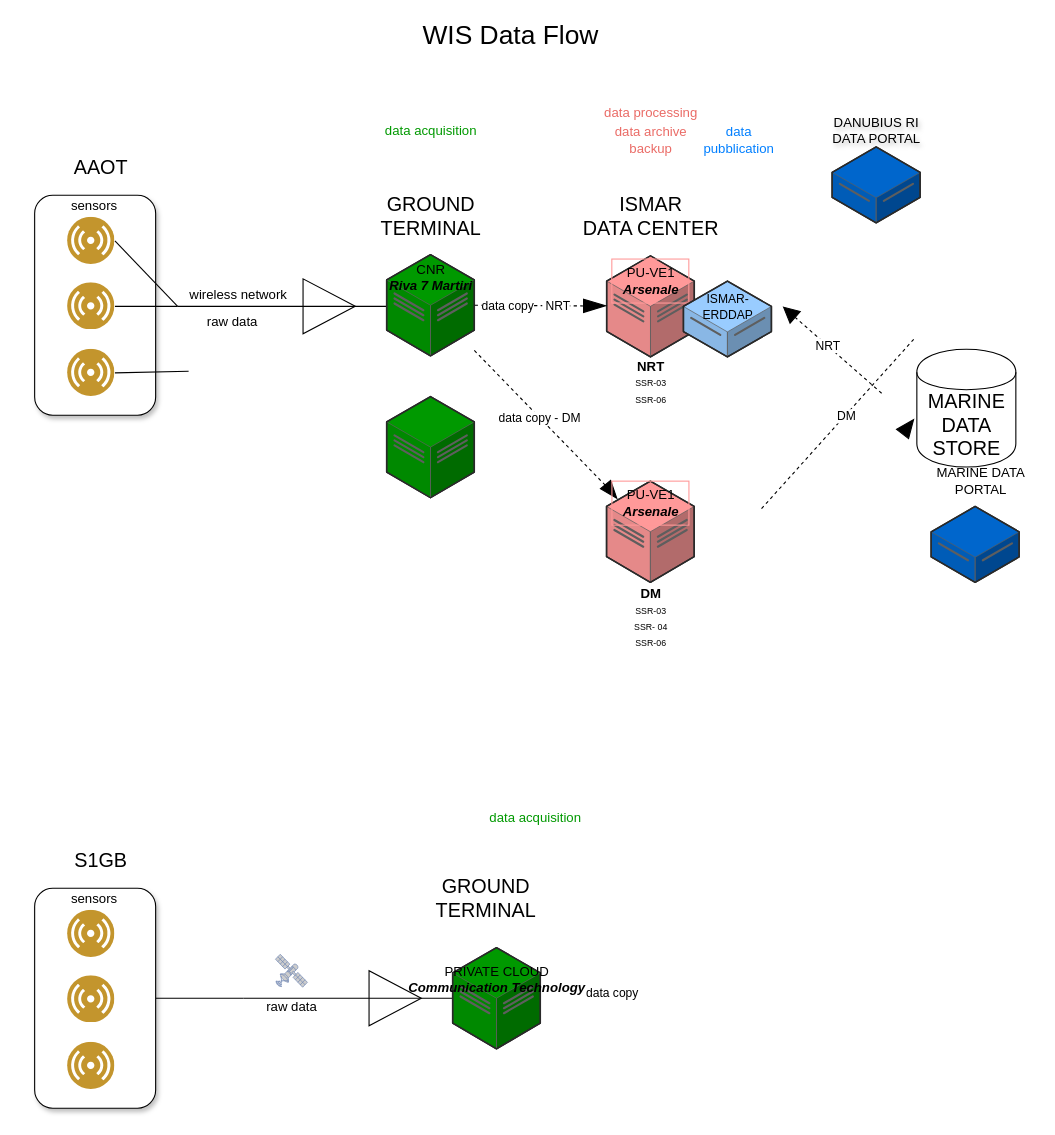
Above: page "Page-1" (1 of 2) of DANUBIUS_2_data_flow chart.drawio in amefad/diagramsnet (draw.io), before the change. Source tidied: cells renumbered, new cells numbered last; positions are measured from the earlier drawing's top-left corner, leaving out a move shared by most shapes. Both pictures are drawn from the tidied source at 110%, with x=0, y=0 at pixel (34, 19).
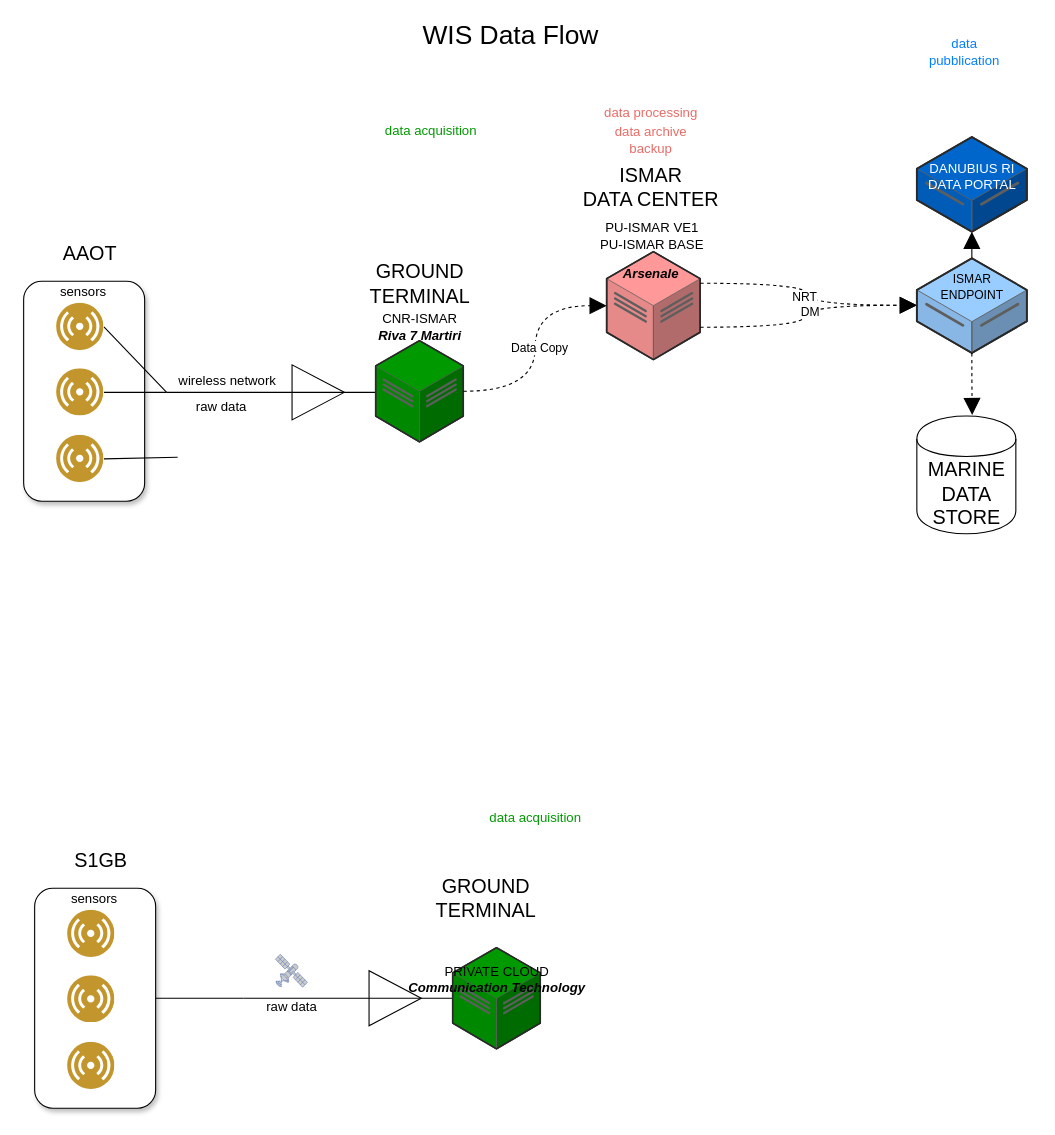
After the change.

What changed in the source:
```diff
@@
     <mxCell id="2" style="rounded=1;whiteSpace=wrap;html=1;fillColor=default;shadow=1;" parent="1" vertex="1">
-      <mxGeometry y="160" width="110" height="200" as="geometry" />
+      <mxGeometry x="-10" y="238.2" width="110" height="200" as="geometry" />
     </mxCell>
@@
     <mxCell id="4" style="image;perimeter=ellipsePerimeter;html=1;align=center;shadow=0;dashed=0;fontColor=#4277BB;labelBackgroundColor=default;fontSize=12;spacingTop=3;image=img/lib/ibm/users/sensor.svg;fillColor=#426EFF;strokeColor=#3333FF;" parent="1" vertex="1">
-      <mxGeometry x="30" y="180" width="43" height="43" as="geometry" />
+      <mxGeometry x="20" y="258.2" width="43" height="43" as="geometry" />
     </mxCell>
     <mxCell id="5" style="verticalLabelPosition=bottom;shadow=0;dashed=0;align=center;html=1;verticalAlign=top;shape=mxgraph.electrical.miscellaneous.cable_termination;" parent="1" vertex="1">
-      <mxGeometry x="130" y="236" width="190" height="50" as="geometry" />
+      <mxGeometry x="120" y="314.2" width="190" height="50" as="geometry" />
     </mxCell>
     <mxCell id="6" value="sensors" style="text;html=1;align=center;verticalAlign=middle;strokeColor=none;fillColor=none;" parent="1" vertex="1">
-      <mxGeometry x="18.5" y="155" width="70" height="30" as="geometry" />
+      <mxGeometry x="8.5" y="233.2" width="70" height="30" as="geometry" />
     </mxCell>
     <mxCell id="7" value="wireless network" style="text;html=1;align=center;verticalAlign=middle;strokeColor=none;fillColor=none;" parent="1" vertex="1">
-      <mxGeometry x="130" y="236" width="110" height="30" as="geometry" />
+      <mxGeometry x="120" y="314.2" width="110" height="30" as="geometry" />
     </mxCell>
     <mxCell id="8" style="verticalLabelPosition=bottom;html=1;verticalAlign=top;strokeWidth=1;align=center;outlineConnect=0;dashed=0;outlineConnect=0;shape=mxgraph.aws3d.dataCenter;strokeColor=#5E5E5E;fillColor=#009900;" parent="1" vertex="1">
-      <mxGeometry x="320" y="214" width="79.7" height="92" as="geometry" />
+      <mxGeometry x="310" y="292.2" width="79.7" height="92" as="geometry" />
     </mxCell>
     <mxCell id="9" style="image;perimeter=ellipsePerimeter;html=1;align=center;shadow=0;dashed=0;fontColor=#4277BB;labelBackgroundColor=default;fontSize=12;spacingTop=3;image=img/lib/ibm/users/sensor.svg;fillColor=#A680B8;" parent="1" vertex="1">
-      <mxGeometry x="30" y="239.5" width="43" height="43" as="geometry" />
+      <mxGeometry x="20" y="317.7" width="43" height="43" as="geometry" />
     </mxCell>
     <mxCell id="10" style="image;perimeter=ellipsePerimeter;html=1;align=center;shadow=0;dashed=0;fontColor=#4277BB;labelBackgroundColor=default;fontSize=12;spacingTop=3;image=img/lib/ibm/users/sensor.svg;fillColor=#A680B8;" parent="1" vertex="1">
-      <mxGeometry x="30" y="300" width="43" height="43" as="geometry" />
+      <mxGeometry x="20" y="378.2" width="43" height="43" as="geometry" />
     </mxCell>
     <mxCell id="11" value="&lt;div&gt;&lt;font style=&quot;font-size: 18px;&quot;&gt;&lt;span style=&quot;background-color: initial;&quot;&gt;AAOT&lt;/span&gt;&lt;/font&gt;&lt;/div&gt;" style="text;html=1;align=center;verticalAlign=middle;strokeColor=none;fillColor=none;fontStyle=0;" parent="1" vertex="1">
-      <mxGeometry x="25" y="115" width="70" height="40" as="geometry" />
+      <mxGeometry x="15" y="193.2" width="70" height="40" as="geometry" />
     </mxCell>
     <mxCell id="12" value="&lt;font style=&quot;font-size: 18px;&quot;&gt;&lt;font style=&quot;&quot;&gt;GROUND&lt;/font&gt;&lt;/font&gt;&lt;div&gt;&lt;font style=&quot;font-size: 18px;&quot;&gt;&lt;span style=&quot;background-color: initial;&quot;&gt;TERMINAL&lt;/span&gt;&lt;/font&gt;&lt;/div&gt;" style="text;html=1;align=center;verticalAlign=middle;strokeColor=none;fillColor=none;" parent="1" vertex="1">
-      <mxGeometry x="304.8" y="150" width="110" height="60" as="geometry" />
+      <mxGeometry x="294.8" y="211.2" width="110" height="60" as="geometry" />
     </mxCell>
@@
     <mxCell id="15" style="endArrow=none;html=1;rounded=0;exitX=1;exitY=0.5;exitDx=0;exitDy=0;" parent="1" edge="1" source="10">
       <mxGeometry relative="1" as="geometry">
-        <mxPoint x="140" y="320" as="targetPoint" />
+        <mxPoint x="130" y="398.2" as="targetPoint" />
       </mxGeometry>
     </mxCell>
-    <mxCell id="16" style="endArrow=none;dashed=1;html=1;rounded=0;" parent="1" edge="1" target="21">
-      <mxGeometry relative="1" as="geometry">
-        <mxPoint x="400" y="260" as="sourcePoint" />
-      </mxGeometry>
-    </mxCell>
-    <mxCell id="17" value="data copy" style="edgeLabel;html=1;align=center;verticalAlign=middle;" parent="16" vertex="1">
-      <mxGeometry relative="1" as="geometry">
-        <mxPoint x="-30" as="offset" />
-      </mxGeometry>
-    </mxCell>
-    <mxCell id="18" value="&amp;nbsp;NRT" style="edgeLabel;html=1;align=center;verticalAlign=middle;" parent="16" vertex="1">
-      <mxGeometry x="0.5" y="1" relative="1" as="geometry">
-        <mxPoint x="-17" y="1" as="offset" />
-      </mxGeometry>
-    </mxCell>
-    <mxCell id="19" value="data copy" style="edgeLabel;html=1;align=center;verticalAlign=middle;" parent="16" vertex="1">
-      <mxGeometry relative="1" as="geometry">
-        <mxPoint x="65" y="624" as="offset" />
-      </mxGeometry>
-    </mxCell>
-    <mxCell id="20" value="CNR&lt;div&gt;&lt;b&gt;&lt;i&gt;Riva 7 Martiri&lt;br&gt;&lt;/i&gt;&lt;/b&gt;&lt;/div&gt;" style="text;html=1;align=center;verticalAlign=middle;strokeColor=none;fillColor=none;" parent="1" vertex="1">
-      <mxGeometry x="309.8" y="215" width="100" height="40" as="geometry" />
+    <mxCell id="20" value="CNR-ISMAR&lt;div&gt;&lt;b&gt;&lt;i&gt;Riva 7 Martiri&lt;br&gt;&lt;/i&gt;&lt;/b&gt;&lt;/div&gt;" style="text;html=1;align=center;verticalAlign=middle;strokeColor=none;fillColor=none;" parent="1" vertex="1">
+      <mxGeometry x="299.8" y="259.7" width="100" height="40" as="geometry" />
     </mxCell>
     <mxCell id="21" style="verticalLabelPosition=bottom;html=1;verticalAlign=top;strokeWidth=1;align=center;outlineConnect=0;dashed=0;outlineConnect=0;shape=mxgraph.aws3d.dataCenter;strokeColor=#5E5E5E;fillColor=#FF9999;" parent="1" vertex="1">
-      <mxGeometry x="520" y="215" width="79.7" height="92" as="geometry" />
+      <mxGeometry x="520" y="211.3" width="85" height="98.1" as="geometry" />
     </mxCell>
     <mxCell id="22" value="&lt;font style=&quot;font-size: 18px;&quot;&gt;&lt;font style=&quot;&quot;&gt;ISMAR&lt;/font&gt;&lt;/font&gt;&lt;div&gt;&lt;font style=&quot;font-size: 18px;&quot;&gt;&lt;span style=&quot;background-color: initial;&quot;&gt;DATA CENTER&lt;/span&gt;&lt;/font&gt;&lt;/div&gt;" style="text;html=1;align=center;verticalAlign=middle;strokeColor=none;fillColor=none;" parent="1" vertex="1">
-      <mxGeometry x="484.8" y="150" width="150" height="60" as="geometry" />
+      <mxGeometry x="484.8" y="123" width="150" height="60" as="geometry" />
     </mxCell>
-    <mxCell id="23" value="PU-VE1&lt;br&gt;&lt;i&gt;&lt;b&gt;Arsenale&lt;/b&gt;&lt;/i&gt;" style="text;html=1;align=center;verticalAlign=middle;strokeColor=#FF9999;fillColor=none;" parent="1" vertex="1">
-      <mxGeometry x="524.7" y="218" width="70" height="40" as="geometry" />
+    <mxCell id="23" value="PU-ISMAR VE1&lt;br&gt;PU-ISMAR BASE" style="text;html=1;align=center;verticalAlign=middle;strokeColor=none;fillColor=none;" parent="1" vertex="1">
+      <mxGeometry x="500.7" y="177" width="120" height="40" as="geometry" />
     </mxCell>
@@
-    <mxCell id="26" style="verticalLabelPosition=bottom;html=1;verticalAlign=top;strokeWidth=1;align=center;outlineConnect=0;dashed=0;outlineConnect=0;shape=mxgraph.aws3d.dataServer;strokeColor=#5E5E5E;fillColor=#99CCFF;" parent="1" vertex="1">
-      <mxGeometry x="589.8" y="238" width="80" height="69" as="geometry" />
-    </mxCell>
-    <mxCell id="27" value="&lt;font style=&quot;font-size: 11px;&quot;&gt;ISMAR-&lt;/font&gt;&lt;div&gt;&lt;font style=&quot;font-size: 11px;&quot;&gt;ERDDAP&lt;/font&gt;&lt;/div&gt;" style="text;html=1;align=center;verticalAlign=middle;strokeColor=none;fillColor=none;" parent="1" vertex="1">
-      <mxGeometry x="594.8" y="241" width="70" height="40" as="geometry" />
-    </mxCell>
-    <mxCell id="28" style="endArrow=block;dashed=1;html=1;rounded=0;endFill=1;endSize=13;" parent="1" edge="1">
-      <mxGeometry relative="1" as="geometry">
-        <mxPoint x="770" y="340" as="sourcePoint" />
-        <mxPoint x="680" y="261" as="targetPoint" />
-      </mxGeometry>
-    </mxCell>
-    <mxCell id="29" value="&lt;font style=&quot;font-size: 11px;&quot;&gt;NRT&lt;/font&gt;" style="edgeLabel;html=1;align=center;verticalAlign=middle;" parent="28" vertex="1">
-      <mxGeometry x="0.14" y="-2" relative="1" as="geometry">
-        <mxPoint y="3" as="offset" />
-      </mxGeometry>
-    </mxCell>
-    <mxCell id="30" style="verticalLabelPosition=bottom;html=1;verticalAlign=top;strokeWidth=1;align=center;outlineConnect=0;dashed=0;outlineConnect=0;shape=mxgraph.aws3d.dataCenter;strokeColor=#5E5E5E;fillColor=#FF9999;" parent="1" vertex="1">
-      <mxGeometry x="519.9" y="419.9" width="79.7" height="92" as="geometry" />
-    </mxCell>
-    <mxCell id="31" style="endArrow=none;dashed=1;html=1;rounded=0;" parent="1" edge="1" source="8" target="30">
-      <mxGeometry relative="1" as="geometry" />
-    </mxCell>
-    <mxCell id="32" value="data copy - DM" style="edgeLabel;html=1;align=center;verticalAlign=middle;" parent="31" vertex="1">
-      <mxGeometry x="-0.01" relative="1" as="geometry" />
-    </mxCell>
-    <mxCell id="33" value="MARINE DATA &lt;br&gt;PORTAL" style="text;html=1;align=center;verticalAlign=middle;strokeColor=none;fillColor=none;" parent="1" vertex="1">
-      <mxGeometry x="810" y="400" width="100" height="40" as="geometry" />
-    </mxCell>
-    <mxCell id="34" style="endArrow=none;dashed=1;html=1;rounded=0;" parent="1" edge="1">
-      <mxGeometry relative="1" as="geometry">
-        <mxPoint x="660.8" y="444.9" as="sourcePoint" />
-        <mxPoint x="800" y="290" as="targetPoint" />
-      </mxGeometry>
-    </mxCell>
+    <mxCell id="65" style="edgeStyle=orthogonalEdgeStyle;rounded=0;jettySize=auto;html=1;dashed=1;strokeColor=default;align=center;verticalAlign=middle;fontFamily=Helvetica;fontSize=11;fontColor=default;labelBackgroundColor=default;endArrow=block;endFill=1;endSize=13;curved=1;" parent="1" edge="1" source="26" target="59">
+      <mxGeometry relative="1" as="geometry" />
+    </mxCell>
     <mxCell id="35" value="&lt;font color=&quot;#007fff&quot;&gt;data&lt;/font&gt;&lt;div&gt;&lt;font color=&quot;#007fff&quot;&gt;pubblication&lt;/font&gt;&lt;/div&gt;" style="text;html=1;align=center;verticalAlign=middle;strokeColor=none;fillColor=none;" parent="1" vertex="1">
-      <mxGeometry x="594.8" y="90" width="90" height="40" as="geometry" />
+      <mxGeometry x="800" y="10" width="90" height="40" as="geometry" />
     </mxCell>
-    <mxCell id="36" value="&lt;div&gt;&lt;font style=&quot;font-size: 12px;&quot;&gt;&lt;b style=&quot;&quot;&gt;NRT&lt;/b&gt;&lt;/font&gt;&lt;/div&gt;&lt;div&gt;&lt;font style=&quot;font-size: 8px;&quot;&gt;SSR-03&lt;/font&gt;&lt;/div&gt;&lt;div&gt;&lt;font style=&quot;font-size: 8px;&quot;&gt;SSR-06&lt;/font&gt;&lt;/div&gt;" style="text;html=1;align=center;verticalAlign=middle;strokeColor=none;fillColor=none;" parent="1" vertex="1">
-      <mxGeometry x="534.7" y="300" width="50" height="60" as="geometry" />
-    </mxCell>
-    <mxCell id="37" value="&lt;div&gt;&lt;font style=&quot;font-size: 12px;&quot;&gt;&lt;b style=&quot;&quot;&gt;DM&lt;/b&gt;&lt;/font&gt;&lt;/div&gt;&lt;div&gt;&lt;font style=&quot;font-size: 8px;&quot;&gt;SSR-03&lt;/font&gt;&lt;/div&gt;&lt;div&gt;&lt;font style=&quot;font-size: 8px;&quot;&gt;SSR- 04&lt;/font&gt;&lt;/div&gt;&lt;div&gt;&lt;font style=&quot;font-size: 8px;&quot;&gt;SSR-06&lt;/font&gt;&lt;/div&gt;" style="text;html=1;align=center;verticalAlign=middle;strokeColor=none;fillColor=none;" parent="1" vertex="1">
-      <mxGeometry x="534.7" y="508.9" width="50" height="70" as="geometry" />
-    </mxCell>
@@
     <mxCell id="39" value="raw data" style="text;html=1;align=center;verticalAlign=middle;whiteSpace=wrap;rounded=0;" parent="1" vertex="1">
-      <mxGeometry x="150" y="260" width="60" height="30" as="geometry" />
+      <mxGeometry x="140" y="338.2" width="60" height="30" as="geometry" />
     </mxCell>
-    <mxCell id="40" style="shape=mxgraph.arrows2.wedgeArrow;html=1;startWidth=6;fillColor=strokeColor;defaultFillColor=invert;defaultGradientColor=invert;rounded=0;" parent="1" edge="1">
-      <mxGeometry relative="1" as="geometry">
-        <mxPoint x="499" y="260.5" as="sourcePoint" />
-        <mxPoint x="519" y="260.5" as="targetPoint" />
-      </mxGeometry>
-    </mxCell>
-    <mxCell id="41" style="shape=mxgraph.arrows2.wedgeArrow;html=1;startWidth=6;fillColor=strokeColor;defaultFillColor=invert;defaultGradientColor=invert;rounded=0;entryX=0.009;entryY=0.183;entryDx=0;entryDy=0;entryPerimeter=0;" parent="1" edge="1">
-      <mxGeometry relative="1" as="geometry">
-        <mxPoint x="519" y="423" as="sourcePoint" />
-        <mxPoint x="529.2" y="435.4" as="targetPoint" />
-      </mxGeometry>
-    </mxCell>
-    <mxCell id="42" value="DM" style="edgeLabel;html=1;align=center;verticalAlign=middle;" parent="1" vertex="1">
-      <mxGeometry x="734" y="360" as="geometry">
-        <mxPoint x="3" as="offset" />
-      </mxGeometry>
-    </mxCell>
-    <mxCell id="43" style="verticalLabelPosition=bottom;html=1;verticalAlign=top;strokeWidth=1;align=center;dashed=0;shape=mxgraph.aws3d.dataServer;strokeColor=#5E5E5E;fillColor=#0066CC;" parent="1" vertex="1">
-      <mxGeometry x="815" y="442.9" width="80" height="69" as="geometry" />
-    </mxCell>
@@
-    <mxCell id="58" value="PU-VE1&lt;br&gt;&lt;i&gt;&lt;b&gt;Arsenale&lt;/b&gt;&lt;/i&gt;" style="text;html=1;align=center;verticalAlign=middle;strokeColor=#FF9999;fillColor=none;" parent="1" vertex="1">
-      <mxGeometry x="524.8" y="419.9" width="70" height="40" as="geometry" />
-    </mxCell>
+    <mxCell id="66" style="endArrow=block;dashed=1;html=1;rounded=0;endFill=1;endSize=13;edgeStyle=orthogonalEdgeStyle;curved=1;" parent="1" edge="1" source="21" target="26">
+      <mxGeometry relative="1" as="geometry">
+        <Array as="points">
+          <mxPoint x="700" y="280" />
+          <mxPoint x="700" y="260" />
+        </Array>
+      </mxGeometry>
+    </mxCell>
+    <mxCell id="42" value="&lt;div&gt;DM&lt;/div&gt;" style="edgeLabel;html=1;align=center;verticalAlign=middle;" parent="66" vertex="1">
+      <mxGeometry x="0.01" y="-4" relative="1" as="geometry" />
+    </mxCell>
+    <mxCell id="67" style="group;" parent="1" vertex="1">
+      <mxGeometry x="802" y="360.7" width="90" height="111.1" as="geometry" />
+    </mxCell>
+    <mxCell id="62" style="shape=cylinder;whiteSpace=wrap;html=1;boundedLbl=1;backgroundOutline=1;" parent="67" vertex="1">
+      <mxGeometry width="90" height="107" as="geometry" />
+    </mxCell>
+    <mxCell id="63" value="&lt;div&gt;&lt;font style=&quot;font-size: 18px;&quot;&gt;MARINE&lt;/font&gt;&lt;/div&gt;&lt;div&gt;&lt;font style=&quot;font-size: 18px;&quot;&gt;DATA&lt;/font&gt;&lt;/div&gt;&lt;div&gt;&lt;font style=&quot;font-size: 18px;&quot;&gt;STORE&lt;/font&gt;&lt;/div&gt;" style="text;html=1;align=center;verticalAlign=middle;strokeColor=none;fillColor=none;" parent="67" vertex="1">
+      <mxGeometry y="31.1" width="90" height="80" as="geometry" />
+    </mxCell>
+    <mxCell id="68" value="&lt;i&gt;&lt;b&gt;Arsenale&lt;/b&gt;&lt;/i&gt;" style="text;html=1;align=center;verticalAlign=middle;strokeColor=none;fillColor=none;" parent="1" vertex="1">
+      <mxGeometry x="524.8" y="217.2" width="70" height="30" as="geometry" />
+    </mxCell>
+    <mxCell id="69" style="endArrow=block;dashed=1;html=1;rounded=0;endFill=1;endSize=13;edgeStyle=orthogonalEdgeStyle;curved=1;" parent="1" edge="1" source="8" target="21">
+      <mxGeometry relative="1" as="geometry" />
+    </mxCell>
+    <mxCell id="70" value="Data Copy" style="edgeLabel;html=1;align=center;verticalAlign=middle;" parent="69" vertex="1">
+      <mxGeometry x="0.01" y="-4" relative="1" as="geometry" />
+    </mxCell>
+    <mxCell id="71" style="endArrow=block;dashed=1;html=1;rounded=0;endFill=1;endSize=13;edgeStyle=orthogonalEdgeStyle;curved=1;" parent="1" edge="1" source="21" target="26">
+      <mxGeometry relative="1" as="geometry">
+        <Array as="points">
+          <mxPoint x="703" y="240" />
+          <mxPoint x="703" y="260" />
+        </Array>
+      </mxGeometry>
+    </mxCell>
+    <mxCell id="72" value="NRT" style="edgeLabel;html=1;align=center;verticalAlign=middle;" parent="71" vertex="1">
+      <mxGeometry x="0.01" y="-4" relative="1" as="geometry" />
+    </mxCell>
+    <mxCell id="73" style="group;" parent="1" vertex="1">
+      <mxGeometry x="802" y="217.2" width="100" height="86.2" as="geometry" />
+    </mxCell>
+    <mxCell id="26" style="verticalLabelPosition=bottom;html=1;verticalAlign=top;strokeWidth=1;align=center;outlineConnect=0;dashed=0;outlineConnect=0;shape=mxgraph.aws3d.dataServer;strokeColor=#5E5E5E;fillColor=#99CCFF;noLabel=0;" parent="73" vertex="1">
+      <mxGeometry width="100" height="86.2" as="geometry" />
+    </mxCell>
+    <mxCell id="27" value="&lt;font style=&quot;font-size: 11px;&quot;&gt;ISMAR &lt;br&gt;ENDPOINT&lt;br&gt;&lt;/font&gt;" style="text;html=1;align=center;verticalAlign=middle;strokeColor=none;fillColor=none;" parent="73" vertex="1">
+      <mxGeometry x="10" y="6" width="80" height="40" as="geometry" />
+    </mxCell>
+    <mxCell id="74" style="edgeStyle=orthogonalEdgeStyle;rounded=0;jettySize=auto;html=1;dashed=1;strokeColor=default;align=center;verticalAlign=middle;fontFamily=Helvetica;fontSize=11;fontColor=default;labelBackgroundColor=default;endArrow=block;endFill=1;endSize=13;curved=1;entryX=0.559;entryY=-0.008;entryDx=0;entryDy=0;entryPerimeter=0;" parent="1" edge="1" source="26" target="62">
+      <mxGeometry relative="1" as="geometry" />
+    </mxCell>
+    <mxCell id="75" style="group;" parent="1" vertex="1">
+      <mxGeometry x="802" y="107" width="100" height="86.2" as="geometry" />
+    </mxCell>
-    <mxCell id="59" style="verticalLabelPosition=bottom;html=1;verticalAlign=top;strokeWidth=1;align=center;outlineConnect=0;dashed=0;outlineConnect=0;shape=mxgraph.aws3d.dataServer;strokeColor=#5E5E5E;fillColor=#0066CC;" parent="1" vertex="1">
-      <mxGeometry x="725" y="116.1" width="80" height="69" as="geometry" />
+    <mxCell id="59" style="verticalLabelPosition=bottom;html=1;verticalAlign=top;strokeWidth=1;align=center;outlineConnect=0;dashed=0;outlineConnect=0;shape=mxgraph.aws3d.dataServer;strokeColor=#5E5E5E;fillColor=#0066CC;" parent="75" vertex="1">
+      <mxGeometry width="100" height="86.2" as="geometry" />
     </mxCell>
-    <mxCell id="60" value="DANUBIUS RI&lt;br&gt;DATA PORTAL" style="text;html=1;align=center;verticalAlign=middle;strokeColor=none;fillColor=none;shadow=0;textShadow=1;labelBackgroundColor=none;labelBorderColor=none;" parent="1" vertex="1">
-      <mxGeometry x="715" y="81.2" width="100" height="40" as="geometry" />
+    <mxCell id="60" value="DANUBIUS RI&lt;br&gt;DATA PORTAL" style="text;html=1;align=center;verticalAlign=middle;strokeColor=none;fillColor=none;shadow=0;textShadow=0;labelBackgroundColor=none;labelBorderColor=none;fontColor=#FFFFFF;" parent="75" vertex="1">
+      <mxGeometry y="16" width="100" height="40" as="geometry" />
     </mxCell>
-    <mxCell id="61" style="verticalLabelPosition=bottom;html=1;verticalAlign=top;strokeWidth=1;align=center;dashed=0;shape=mxgraph.aws3d.dataCenter;strokeColor=#5E5E5E;fillColor=#009900;" parent="1" vertex="1">
-      <mxGeometry x="320" y="343" width="79.7" height="92" as="geometry" />
-    </mxCell>
-    <mxCell id="62" style="shape=cylinder;whiteSpace=wrap;html=1;boundedLbl=1;backgroundOutline=1;" parent="1" vertex="1">
-      <mxGeometry x="802" y="300" width="90" height="107" as="geometry" />
-    </mxCell>
-    <mxCell id="63" value="&lt;div&gt;&lt;font style=&quot;font-size: 18px;&quot;&gt;MARINE&lt;/font&gt;&lt;/div&gt;&lt;div&gt;&lt;font style=&quot;font-size: 18px;&quot;&gt;DATA&lt;/font&gt;&lt;/div&gt;&lt;div&gt;&lt;font style=&quot;font-size: 18px;&quot;&gt;STORE&lt;/font&gt;&lt;/div&gt;" style="text;html=1;align=center;verticalAlign=middle;strokeColor=none;fillColor=none;" parent="1" vertex="1">
-      <mxGeometry x="802" y="330.1" width="90" height="80" as="geometry" />
-    </mxCell>
-    <mxCell id="64" style="shape=mxgraph.arrows2.wedgeArrow;html=1;startWidth=6.896551724137932;fillColor=strokeColor;defaultFillColor=invert;defaultGradientColor=invert;rounded=0;" parent="1" edge="1">
-      <mxGeometry relative="1" as="geometry">
-        <mxPoint x="789" y="377" as="sourcePoint" />
-        <mxPoint x="799" y="364" as="targetPoint" />
-      </mxGeometry>
-    </mxCell>
```
